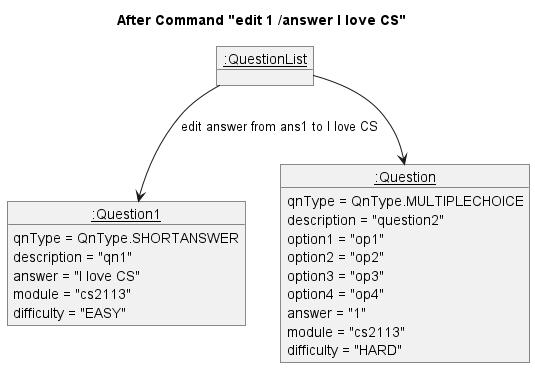
The PlantUML diagram docs/UML/Images/commandEditObjectDiagram3.png in nus-cs2113-AY2324S1/tp, before a commit.
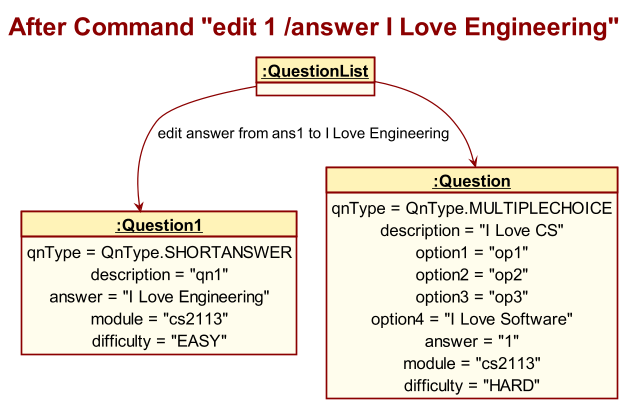
After the change.

Commit message:
Change Edit and Reformat Diagram

Change to the diagram source:
```diff
@@ -1,28 +1,30 @@
 @startuml
-title After Command "edit 1 /answer I love CS"
+!include Style.puml
+
+title After Command "edit 1 /answer I Love Engineering"
 
 object "__:QuestionList__" as QuestionList
 
 object "__:Question1__" as Question1 {
     qnType = QnType.SHORTANSWER
     description = "qn1"
-    answer = "I love CS"
+    answer = "I Love Engineering"
     module = "cs2113"
     difficulty = "EASY"
 }
 
 object "__:Question__" as Question2 {
     qnType = QnType.MULTIPLECHOICE
-    description = "question2"
+    description = "I Love CS"
     option1 = "op1"
     option2 = "op2"
     option3 = "op3"
-    option4 = "op4"
+    option4 = "I Love Software"
     answer = "1"
     module = "cs2113"
     difficulty = "HARD"
 }
 
-QuestionList --> Question1 : edit answer from ans1 to I love CS
+QuestionList --> Question1 : edit answer from ans1 to I Love Engineering
 QuestionList --> Question2
 @enduml
```
